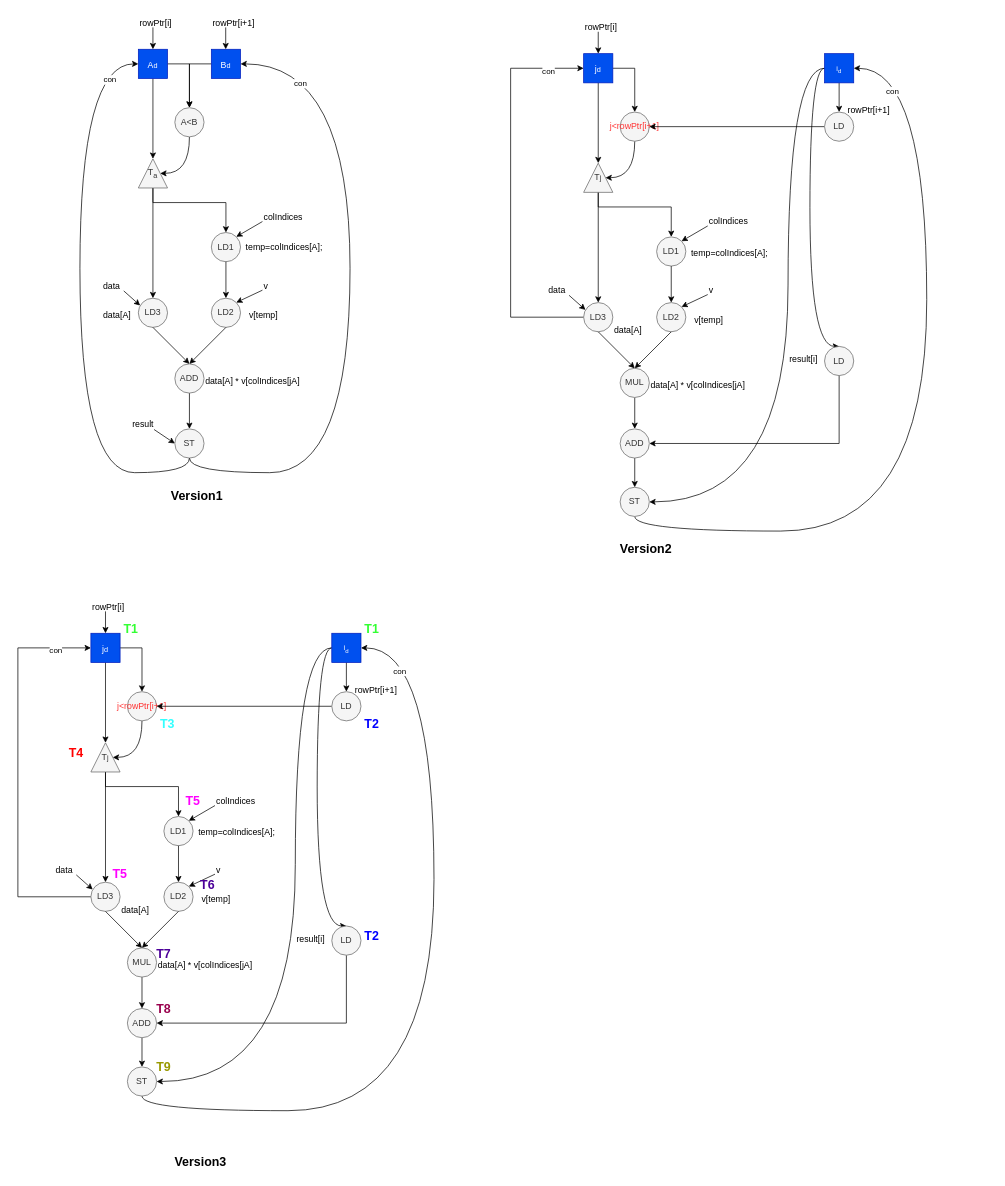
Before: test01.drawio in HPC-SDC/Operator, a draw.io diagram. Source tidied: cells renumbered, new cells numbered last; positions are measured from the earlier drawing's top-left corner, leaving out a move shared by most shapes. Both pictures are drawn from the tidied source at 73%, with x=0, y=0 at pixel (18, 12).
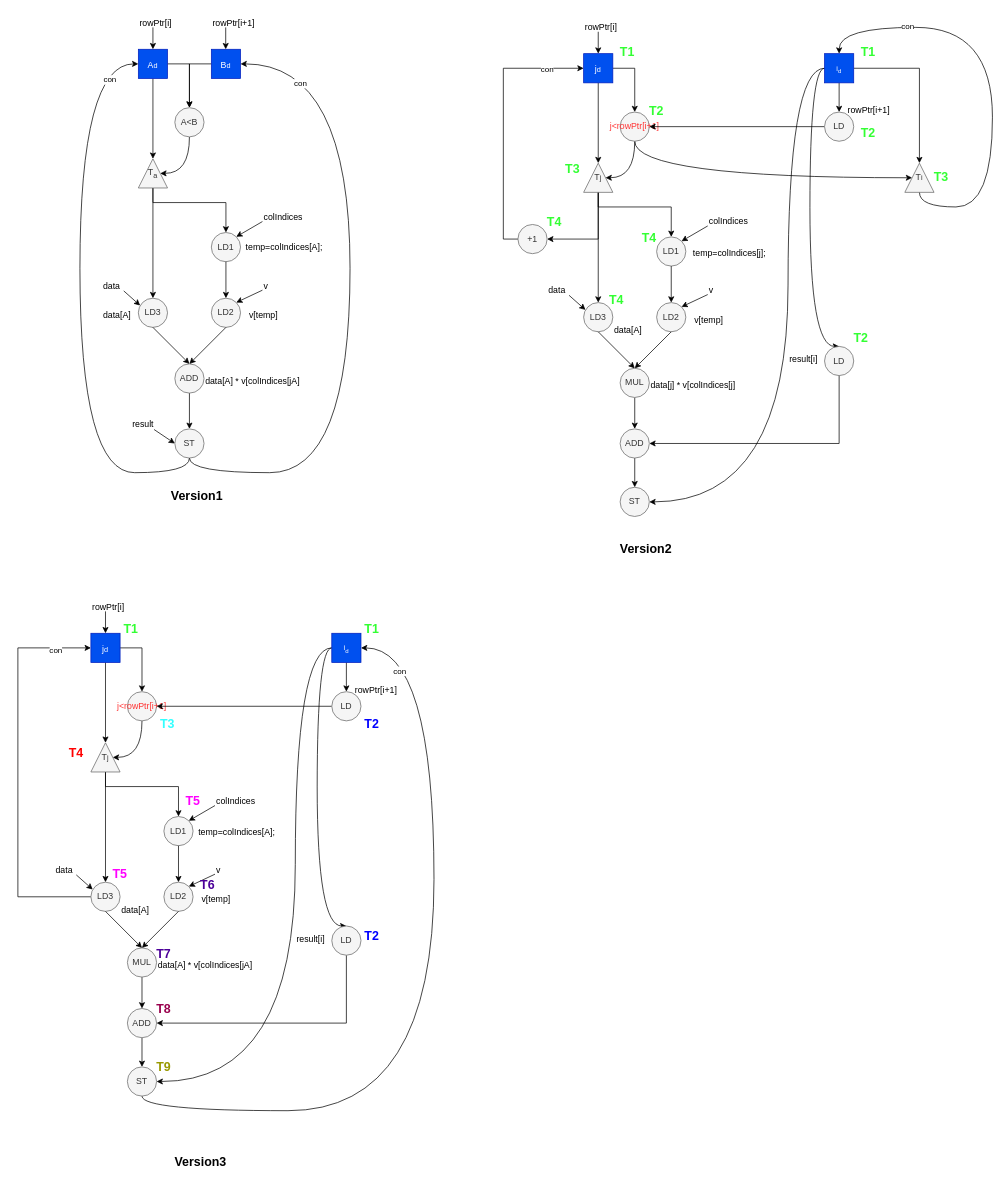
The same diagram, later.

Unchanged cells that the change refers to:
```xml
<mxCell id="43" value="LD3" style="ellipse;whiteSpace=wrap;html=1;fillColor=#f5f5f5;fontColor=#333333;strokeColor=#666666;" parent="1" vertex="1">
  <mxGeometry x="775" y="397" width="40" height="40" as="geometry" />
</mxCell>
<mxCell id="57" value="&lt;sub&gt;&lt;span style=&quot;font-size: 12px;&quot;&gt;j&lt;/span&gt;d&lt;/sub&gt;" style="whiteSpace=wrap;html=1;fillColor=#0050ef;strokeColor=#001DBC;fontColor=#ffffff;" parent="1" vertex="1">
  <mxGeometry x="775" y="56" width="40" height="40" as="geometry" />
</mxCell>
<mxCell id="61" value="&lt;span style=&quot;font-size: 10px;&quot;&gt;i&lt;sub&gt;d&lt;/sub&gt;&lt;/span&gt;" style="whiteSpace=wrap;html=1;fillColor=#0050ef;strokeColor=#001DBC;fontColor=#ffffff;" parent="1" vertex="1">
  <mxGeometry x="1105" y="56" width="40" height="40" as="geometry" />
</mxCell>
<mxCell id="65" value="&lt;font color=&quot;#ff3333&quot;&gt;j&amp;lt;rowPtr[i+1]&lt;/font&gt;" style="ellipse;whiteSpace=wrap;html=1;fillColor=#f5f5f5;fontColor=#333333;strokeColor=#666666;" parent="1" vertex="1">
  <mxGeometry x="825" y="136" width="40" height="40" as="geometry" />
</mxCell>
<mxCell id="68" value="T&lt;span style=&quot;font-size: 10px;&quot;&gt;j&lt;/span&gt;" style="triangle;whiteSpace=wrap;html=1;direction=north;fillColor=#f5f5f5;fontColor=#333333;strokeColor=#666666;" parent="1" vertex="1">
  <mxGeometry x="775" y="206" width="40" height="40" as="geometry" />
</mxCell>
<mxCell id="77" value="ST" style="ellipse;whiteSpace=wrap;html=1;fillColor=#f5f5f5;fontColor=#333333;strokeColor=#666666;" parent="1" vertex="1">
  <mxGeometry x="825" y="650" width="40" height="40" as="geometry" />
</mxCell>
```

Diff of the diagram source:
```diff
@@
-    <mxCell id="41" style="edgeStyle=orthogonalEdgeStyle;rounded=0;jettySize=auto;html=1;exitX=0;exitY=0.5;exitDx=0;exitDy=0;entryX=0;entryY=0.5;entryDx=0;entryDy=0;" parent="1" edge="1" source="43" target="57">
-      <mxGeometry relative="1" as="geometry">
-        <Array as="points">
-          <mxPoint x="675" y="417" />
-          <mxPoint x="675" y="76" />
-        </Array>
-      </mxGeometry>
-    </mxCell>
-    <mxCell id="42" value="con" style="edgeLabel;html=1;align=center;verticalAlign=middle;" parent="41" vertex="1">
-      <mxGeometry x="0.82" y="-3" relative="1" as="geometry" />
-    </mxCell>
@@
-    <mxCell id="51" value="temp=colIndices[A];" style="text;strokeColor=none;align=center;fillColor=none;html=1;verticalAlign=middle;whiteSpace=wrap;rounded=0;" parent="1" vertex="1">
+    <mxCell id="51" value="temp=colIndices[j];" style="text;strokeColor=none;align=center;fillColor=none;html=1;verticalAlign=middle;whiteSpace=wrap;rounded=0;" parent="1" vertex="1">
       <mxGeometry x="945" y="316" width="60" height="26" as="geometry" />
     </mxCell>
@@
-    <mxCell id="54" value="data[A] * v[colIndices[jA]" style="text;whiteSpace=wrap;" parent="1" vertex="1">
+    <mxCell id="54" value="data[j] * v[colIndices[j]" style="text;whiteSpace=wrap;" parent="1" vertex="1">
       <mxGeometry x="865" y="497" width="150" height="40" as="geometry" />
     </mxCell>
@@
+    <mxCell id="146" style="edgeStyle=orthogonalEdgeStyle;rounded=0;jettySize=auto;html=1;exitX=1;exitY=0.5;exitDx=0;exitDy=0;entryX=1;entryY=0.5;entryDx=0;entryDy=0;" parent="1" edge="1" source="61" target="151">
+      <mxGeometry relative="1" as="geometry" />
+    </mxCell>
@@
+    <mxCell id="147" style="edgeStyle=orthogonalEdgeStyle;rounded=0;jettySize=auto;html=1;exitX=0.5;exitY=1;exitDx=0;exitDy=0;entryX=0.5;entryY=0;entryDx=0;entryDy=0;curved=1;" parent="1" edge="1" source="65" target="151">
+      <mxGeometry relative="1" as="geometry">
+        <Array as="points">
+          <mxPoint x="845" y="226" />
+        </Array>
+      </mxGeometry>
+    </mxCell>
@@
+    <mxCell id="148" style="edgeStyle=orthogonalEdgeStyle;rounded=0;jettySize=auto;html=1;exitX=0;exitY=0.5;exitDx=0;exitDy=0;entryX=1;entryY=0.5;entryDx=0;entryDy=0;" parent="1" edge="1" source="68" target="154">
+      <mxGeometry relative="1" as="geometry" />
+    </mxCell>
@@
-    <mxCell id="75" style="edgeStyle=orthogonalEdgeStyle;rounded=0;jettySize=auto;html=1;exitX=0.5;exitY=1;exitDx=0;exitDy=0;entryX=1;entryY=0.5;entryDx=0;entryDy=0;curved=1;" parent="1" edge="1" source="77" target="61">
-      <mxGeometry relative="1" as="geometry">
-        <Array as="points">
-          <mxPoint x="845" y="710" />
-          <mxPoint x="1245" y="710" />
-          <mxPoint x="1245" y="76" />
-        </Array>
-      </mxGeometry>
-    </mxCell>
-    <mxCell id="76" value="con" style="edgeLabel;html=1;align=center;verticalAlign=middle;" parent="75" vertex="1">
-      <mxGeometry x="0.91" y="31" relative="1" as="geometry" />
-    </mxCell>
@@
+    <mxCell id="149" style="edgeStyle=orthogonalEdgeStyle;rounded=0;jettySize=auto;html=1;exitX=0;exitY=0.5;exitDx=0;exitDy=0;entryX=0.5;entryY=0;entryDx=0;entryDy=0;curved=1;" parent="1" edge="1" source="151" target="61">
+      <mxGeometry relative="1" as="geometry">
+        <Array as="points">
+          <mxPoint x="1235" y="266" />
+          <mxPoint x="1335" y="266" />
+          <mxPoint x="1335" y="20" />
+          <mxPoint x="1125" y="20" />
+        </Array>
+      </mxGeometry>
+    </mxCell>
+    <mxCell id="150" value="con" style="edgeLabel;html=1;align=center;verticalAlign=middle;" parent="149" vertex="1">
+      <mxGeometry x="0.58" y="-2" relative="1" as="geometry" />
+    </mxCell>
+    <mxCell id="151" value="T&lt;span style=&quot;font-size: 10px;&quot;&gt;i&lt;/span&gt;" style="triangle;whiteSpace=wrap;html=1;direction=north;fillColor=#f5f5f5;fontColor=#333333;strokeColor=#666666;" parent="1" vertex="1">
+      <mxGeometry x="1215" y="206" width="40" height="40" as="geometry" />
+    </mxCell>
+    <mxCell id="152" style="edgeStyle=orthogonalEdgeStyle;rounded=0;jettySize=auto;html=1;exitX=0;exitY=0.5;exitDx=0;exitDy=0;entryX=0;entryY=0.5;entryDx=0;entryDy=0;" parent="1" edge="1" source="154" target="57">
+      <mxGeometry relative="1" as="geometry" />
+    </mxCell>
+    <mxCell id="153" value="con" style="edgeLabel;html=1;align=center;verticalAlign=middle;" parent="152" vertex="1">
+      <mxGeometry x="0.72" y="-1" relative="1" as="geometry" />
+    </mxCell>
+    <mxCell id="154" value="+1" style="ellipse;whiteSpace=wrap;html=1;fillColor=#f5f5f5;fontColor=#333333;strokeColor=#666666;" parent="1" vertex="1">
+      <mxGeometry x="685" y="290" width="40" height="40" as="geometry" />
+    </mxCell>
+    <mxCell id="155" value="&lt;b&gt;&lt;font style=&quot;font-size: 17px;&quot;&gt;T1&lt;/font&gt;&lt;/b&gt;" style="text;html=1;strokeColor=none;fillColor=none;align=center;verticalAlign=middle;whiteSpace=wrap;rounded=0;fontColor=#33FF33;" parent="1" vertex="1">
+      <mxGeometry x="805" y="40" width="60" height="30" as="geometry" />
+    </mxCell>
+    <mxCell id="156" value="&lt;b&gt;&lt;font style=&quot;font-size: 17px;&quot;&gt;T1&lt;/font&gt;&lt;/b&gt;" style="text;html=1;strokeColor=none;fillColor=none;align=center;verticalAlign=middle;whiteSpace=wrap;rounded=0;fontColor=#33FF33;" parent="1" vertex="1">
+      <mxGeometry x="1135" y="40" width="60" height="30" as="geometry" />
+    </mxCell>
+    <mxCell id="157" value="&lt;b&gt;&lt;font style=&quot;font-size: 17px;&quot;&gt;T2&lt;/font&gt;&lt;/b&gt;" style="text;html=1;strokeColor=none;fillColor=none;align=center;verticalAlign=middle;whiteSpace=wrap;rounded=0;fontColor=#33FF33;" parent="1" vertex="1">
+      <mxGeometry x="845" y="120" width="60" height="30" as="geometry" />
+    </mxCell>
+    <mxCell id="158" value="&lt;b&gt;&lt;font style=&quot;font-size: 17px;&quot;&gt;T3&lt;/font&gt;&lt;/b&gt;" style="text;html=1;strokeColor=none;fillColor=none;align=center;verticalAlign=middle;whiteSpace=wrap;rounded=0;fontColor=#33FF33;" parent="1" vertex="1">
+      <mxGeometry x="730" y="200" width="60" height="30" as="geometry" />
+    </mxCell>
+    <mxCell id="159" value="&lt;b&gt;&lt;font style=&quot;font-size: 17px;&quot;&gt;T2&lt;/font&gt;&lt;/b&gt;" style="text;html=1;strokeColor=none;fillColor=none;align=center;verticalAlign=middle;whiteSpace=wrap;rounded=0;fontColor=#33FF33;" parent="1" vertex="1">
+      <mxGeometry x="1135" y="150" width="60" height="30" as="geometry" />
+    </mxCell>
+    <mxCell id="160" value="&lt;b&gt;&lt;font style=&quot;font-size: 17px;&quot;&gt;T3&lt;/font&gt;&lt;/b&gt;" style="text;html=1;strokeColor=none;fillColor=none;align=center;verticalAlign=middle;whiteSpace=wrap;rounded=0;fontColor=#33FF33;" parent="1" vertex="1">
+      <mxGeometry x="1235" y="211" width="60" height="30" as="geometry" />
+    </mxCell>
+    <mxCell id="161" value="&lt;b&gt;&lt;font style=&quot;font-size: 17px;&quot;&gt;T4&lt;/font&gt;&lt;/b&gt;" style="text;html=1;strokeColor=none;fillColor=none;align=center;verticalAlign=middle;whiteSpace=wrap;rounded=0;fontColor=#33FF33;" parent="1" vertex="1">
+      <mxGeometry x="705" y="272" width="60" height="30" as="geometry" />
+    </mxCell>
+    <mxCell id="162" value="&lt;b&gt;&lt;font style=&quot;font-size: 17px;&quot;&gt;T4&lt;/font&gt;&lt;/b&gt;" style="text;html=1;strokeColor=none;fillColor=none;align=center;verticalAlign=middle;whiteSpace=wrap;rounded=0;fontColor=#33FF33;" parent="1" vertex="1">
+      <mxGeometry x="790" y="380" width="60" height="30" as="geometry" />
+    </mxCell>
+    <mxCell id="163" value="&lt;b&gt;&lt;font style=&quot;font-size: 17px;&quot;&gt;T4&lt;/font&gt;&lt;/b&gt;" style="text;html=1;strokeColor=none;fillColor=none;align=center;verticalAlign=middle;whiteSpace=wrap;rounded=0;fontColor=#33FF33;" parent="1" vertex="1">
+      <mxGeometry x="835" y="295" width="60" height="30" as="geometry" />
+    </mxCell>
+    <mxCell id="164" value="&lt;b&gt;&lt;font style=&quot;font-size: 17px;&quot;&gt;T2&lt;/font&gt;&lt;/b&gt;" style="text;html=1;strokeColor=none;fillColor=none;align=center;verticalAlign=middle;whiteSpace=wrap;rounded=0;fontColor=#33FF33;" parent="1" vertex="1">
+      <mxGeometry x="1125" y="431" width="60" height="30" as="geometry" />
+    </mxCell>
```
